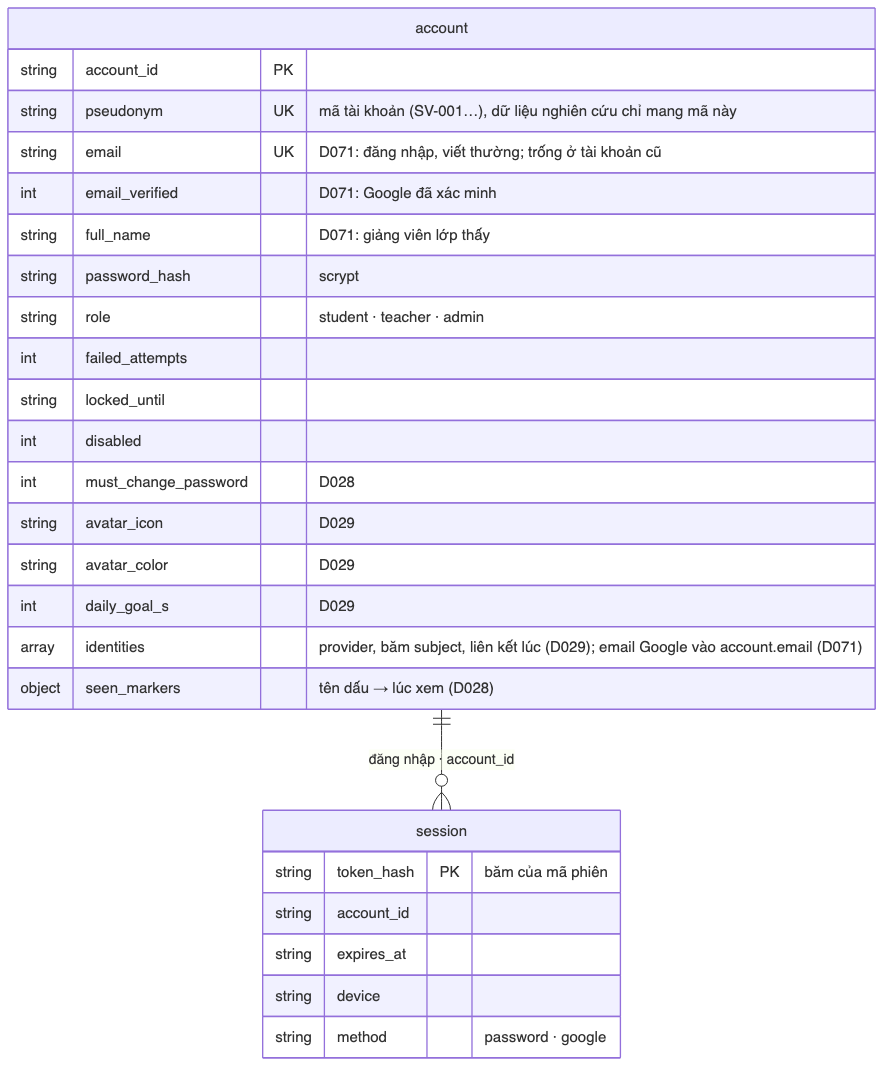
This is docs/sdd/images/05c_erd_identity.png from ThanhSangLouis/ai-assessor-cefr, a Mermaid export, as it was before one commit. Its source is kept beside it as docs/sdd/diagrams/05c_erd_identity.mmd.
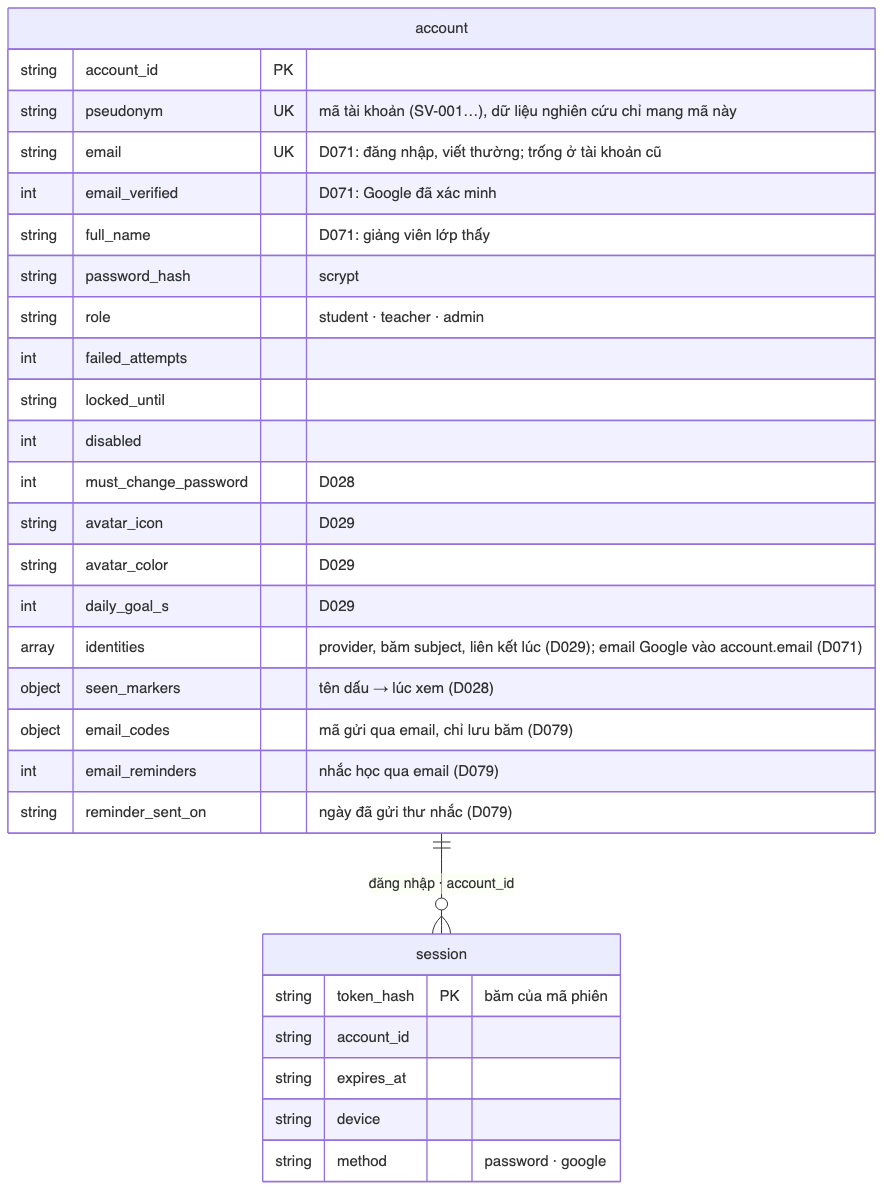
After the change.

Change to the diagram source:
```diff
@@ -18,6 +18,9 @@
         int daily_goal_s "D029"
         array identities "provider, băm subject, liên kết lúc (D029); email Google vào account.email (D071)"
         object seen_markers "tên dấu → lúc xem (D028)"
+        object email_codes "mã gửi qua email, chỉ lưu băm (D079)"
+        int email_reminders "nhắc học qua email (D079)"
+        string reminder_sent_on "ngày đã gửi thư nhắc (D079)"
     }
 
     session {
```
